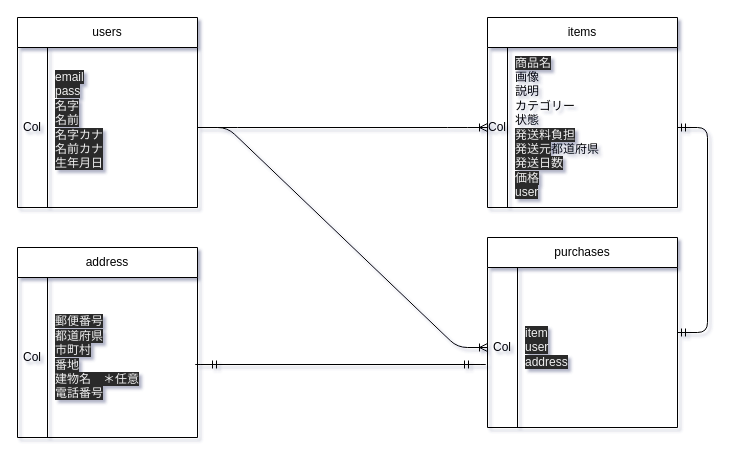
The draw.io diagram ER.dio in kei-yokoyama/furima-32630, before the edit. Source tidied: cells renumbered, new cells numbered last; positions are measured from the earlier drawing's top-left corner, leaving out a move shared by most shapes. Both pictures are drawn from the tidied source at 100%, with x=0, y=0 at pixel (17, 17).
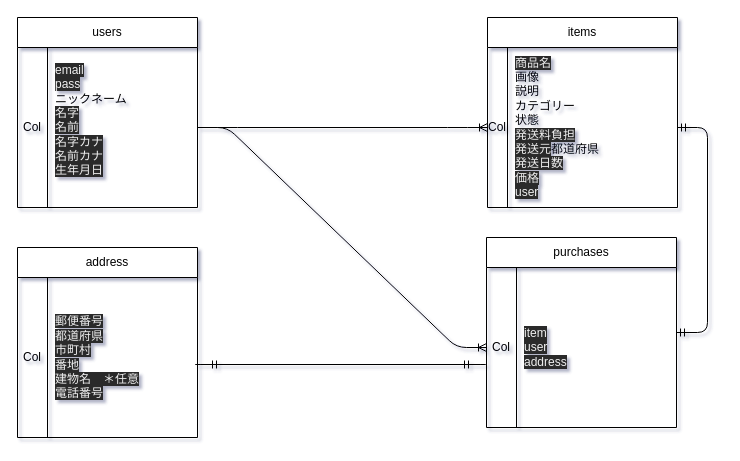
Above is the later version.

Commit message (it also covers changes not shown here):
レビュー２　修正

Unchanged cells that the change refers to:
```xml
<mxCell id="3" style="shape=partialRectangle;html=1;whiteSpace=wrap;fillColor=none;top=0;left=0;bottom=0;right=0;" parent="2" vertex="1">
  <mxGeometry y="30" width="180" height="160" as="geometry" />
</mxCell>
<mxCell id="7" style="shape=partialRectangle;html=1;whiteSpace=wrap;fillColor=none;top=0;left=0;bottom=0;right=0;points=[[0,0.5],[1,0.5]];portConstraint=eastwest;" parent="6" vertex="1">
  <mxGeometry y="30" width="190" height="160" as="geometry" />
</mxCell>
```

The edit, as a diff of the source:
```diff
@@
-    <mxCell id="5" value="&lt;span style=&quot;color: rgb(240 , 240 , 240) ; font-family: &amp;#34;helvetica&amp;#34; ; font-size: 12px ; font-style: normal ; font-weight: 400 ; letter-spacing: normal ; text-indent: 0px ; text-transform: none ; word-spacing: 0px ; background-color: rgb(42 , 42 , 42) ; text-align: center&quot;&gt;email&lt;br&gt;pass&lt;/span&gt;&lt;br style=&quot;color: rgb(240 , 240 , 240) ; font-family: &amp;#34;helvetica&amp;#34; ; font-size: 12px ; font-style: normal ; font-weight: 400 ; letter-spacing: normal ; text-indent: 0px ; text-transform: none ; word-spacing: 0px ; background-color: rgb(42 , 42 , 42) ; text-align: center&quot;&gt;&lt;span style=&quot;color: rgb(240 , 240 , 240) ; font-family: &amp;#34;helvetica&amp;#34; ; font-size: 12px ; font-style: normal ; font-weight: 400 ; letter-spacing: normal ; text-indent: 0px ; text-transform: none ; word-spacing: 0px ; background-color: rgb(42 , 42 , 42) ; text-align: center&quot;&gt;名字&lt;/span&gt;&lt;br style=&quot;color: rgb(240 , 240 , 240) ; font-family: &amp;#34;helvetica&amp;#34; ; font-size: 12px ; font-style: normal ; font-weight: 400 ; letter-spacing: normal ; text-indent: 0px ; text-transform: none ; word-spacing: 0px ; background-color: rgb(42 , 42 , 42) ; text-align: center&quot;&gt;&lt;span style=&quot;color: rgb(240 , 240 , 240) ; font-family: &amp;#34;helvetica&amp;#34; ; font-size: 12px ; font-style: normal ; font-weight: 400 ; letter-spacing: normal ; text-indent: 0px ; text-transform: none ; word-spacing: 0px ; background-color: rgb(42 , 42 , 42) ; text-align: center&quot;&gt;名前&lt;/span&gt;&lt;br style=&quot;color: rgb(240 , 240 , 240) ; font-family: &amp;#34;helvetica&amp;#34; ; font-size: 12px ; font-style: normal ; font-weight: 400 ; letter-spacing: normal ; text-indent: 0px ; text-transform: none ; word-spacing: 0px ; background-color: rgb(42 , 42 , 42) ; text-align: center&quot;&gt;&lt;span style=&quot;color: rgb(240 , 240 , 240) ; font-family: &amp;#34;helvetica&amp;#34; ; font-size: 12px ; font-style: normal ; font-weight: 400 ; letter-spacing: normal ; text-indent: 0px ; text-transform: none ; word-spacing: 0px ; background-color: rgb(42 , 42 , 42) ; text-align: center&quot;&gt;名字カナ&lt;/span&gt;&lt;br style=&quot;color: rgb(240 , 240 , 240) ; font-family: &amp;#34;helvetica&amp;#34; ; font-size: 12px ; font-style: normal ; font-weight: 400 ; letter-spacing: normal ; text-indent: 0px ; text-transform: none ; word-spacing: 0px ; background-color: rgb(42 , 42 , 42) ; text-align: center&quot;&gt;&lt;span style=&quot;color: rgb(240 , 240 , 240) ; font-family: &amp;#34;helvetica&amp;#34; ; font-size: 12px ; font-style: normal ; font-weight: 400 ; letter-spacing: normal ; text-indent: 0px ; text-transform: none ; word-spacing: 0px ; background-color: rgb(42 , 42 , 42) ; text-align: center&quot;&gt;名前カナ&lt;br&gt;生年月日&lt;br&gt;&lt;br&gt;&lt;/span&gt;" style="shape=partialRectangle;html=1;whiteSpace=wrap;fillColor=none;top=0;left=0;bottom=0;right=0;align=left;spacingLeft=6;overflow=hidden;" parent="3" vertex="1">
+    <mxCell id="5" value="&lt;span style=&quot;color: rgb(240 , 240 , 240) ; font-family: &amp;#34;helvetica&amp;#34; ; font-size: 12px ; font-style: normal ; font-weight: 400 ; letter-spacing: normal ; text-indent: 0px ; text-transform: none ; word-spacing: 0px ; background-color: rgb(42 , 42 , 42) ; text-align: center&quot;&gt;email&lt;br&gt;pass&lt;br&gt;&lt;/span&gt;ニックネーム&lt;br style=&quot;color: rgb(240 , 240 , 240) ; font-family: &amp;#34;helvetica&amp;#34; ; font-size: 12px ; font-style: normal ; font-weight: 400 ; letter-spacing: normal ; text-indent: 0px ; text-transform: none ; word-spacing: 0px ; background-color: rgb(42 , 42 , 42) ; text-align: center&quot;&gt;&lt;span style=&quot;color: rgb(240 , 240 , 240) ; font-family: &amp;#34;helvetica&amp;#34; ; font-size: 12px ; font-style: normal ; font-weight: 400 ; letter-spacing: normal ; text-indent: 0px ; text-transform: none ; word-spacing: 0px ; background-color: rgb(42 , 42 , 42) ; text-align: center&quot;&gt;名字&lt;/span&gt;&lt;br style=&quot;color: rgb(240 , 240 , 240) ; font-family: &amp;#34;helvetica&amp;#34; ; font-size: 12px ; font-style: normal ; font-weight: 400 ; letter-spacing: normal ; text-indent: 0px ; text-transform: none ; word-spacing: 0px ; background-color: rgb(42 , 42 , 42) ; text-align: center&quot;&gt;&lt;span style=&quot;color: rgb(240 , 240 , 240) ; font-family: &amp;#34;helvetica&amp;#34; ; font-size: 12px ; font-style: normal ; font-weight: 400 ; letter-spacing: normal ; text-indent: 0px ; text-transform: none ; word-spacing: 0px ; background-color: rgb(42 , 42 , 42) ; text-align: center&quot;&gt;名前&lt;/span&gt;&lt;br style=&quot;color: rgb(240 , 240 , 240) ; font-family: &amp;#34;helvetica&amp;#34; ; font-size: 12px ; font-style: normal ; font-weight: 400 ; letter-spacing: normal ; text-indent: 0px ; text-transform: none ; word-spacing: 0px ; background-color: rgb(42 , 42 , 42) ; text-align: center&quot;&gt;&lt;span style=&quot;color: rgb(240 , 240 , 240) ; font-family: &amp;#34;helvetica&amp;#34; ; font-size: 12px ; font-style: normal ; font-weight: 400 ; letter-spacing: normal ; text-indent: 0px ; text-transform: none ; word-spacing: 0px ; background-color: rgb(42 , 42 , 42) ; text-align: center&quot;&gt;名字カナ&lt;/span&gt;&lt;br style=&quot;color: rgb(240 , 240 , 240) ; font-family: &amp;#34;helvetica&amp;#34; ; font-size: 12px ; font-style: normal ; font-weight: 400 ; letter-spacing: normal ; text-indent: 0px ; text-transform: none ; word-spacing: 0px ; background-color: rgb(42 , 42 , 42) ; text-align: center&quot;&gt;&lt;span style=&quot;color: rgb(240 , 240 , 240) ; font-family: &amp;#34;helvetica&amp;#34; ; font-size: 12px ; font-style: normal ; font-weight: 400 ; letter-spacing: normal ; text-indent: 0px ; text-transform: none ; word-spacing: 0px ; background-color: rgb(42 , 42 , 42) ; text-align: center&quot;&gt;名前カナ&lt;br&gt;生年月日&lt;br&gt;&lt;br&gt;&lt;/span&gt;" style="shape=partialRectangle;html=1;whiteSpace=wrap;fillColor=none;top=0;left=0;bottom=0;right=0;align=left;spacingLeft=6;overflow=hidden;" parent="3" vertex="1">
       <mxGeometry x="30" width="150" height="160" as="geometry" />
     </mxCell>
     <mxCell id="6" value="&lt;span style=&quot;font-weight: 400&quot;&gt;purchases&lt;/span&gt;" style="shape=table;html=1;whiteSpace=wrap;startSize=30;childLayout=tableLayout;rowLines=0;fontStyle=1;align=center;" parent="1" vertex="1">
-      <mxGeometry x="470" y="220" width="190" height="190" as="geometry" />
+      <mxGeometry x="469" y="220" width="190" height="190" as="geometry" />
     </mxCell>
@@
-    <mxCell id="9" value="&lt;span style=&quot;color: rgb(240 , 240 , 240) ; font-family: &amp;#34;helvetica&amp;#34; ; font-size: 12px ; font-style: normal ; font-weight: 400 ; letter-spacing: normal ; text-indent: 0px ; text-transform: none ; word-spacing: 0px ; background-color: rgb(42 , 42 , 42)&quot;&gt;item&lt;br&gt;user&lt;br&gt;address&lt;br&gt;&lt;/span&gt;" style="shape=partialRectangle;html=1;whiteSpace=wrap;fillColor=none;top=0;left=0;bottom=0;right=0;align=left;spacingLeft=6;overflow=hidden;" parent="7" vertex="1">
+    <mxCell id="9" value="&lt;span style=&quot;color: rgb(240 , 240 , 240) ; font-family: &amp;#34;helvetica&amp;#34; ; font-size: 12px ; font-style: normal ; font-weight: 400 ; letter-spacing: normal ; text-indent: 0px ; text-transform: none ; word-spacing: 0px ; background-color: rgb(42 , 42 , 42)&quot;&gt;item&lt;br&gt;user&lt;br&gt;&lt;/span&gt;&lt;span style=&quot;color: rgb(240 , 240 , 240) ; font-family: &amp;#34;helvetica&amp;#34; ; font-size: 12px ; font-style: normal ; font-weight: 400 ; letter-spacing: normal ; text-indent: 0px ; text-transform: none ; word-spacing: 0px ; background-color: rgb(42 , 42 , 42)&quot;&gt;address&lt;br&gt;&lt;/span&gt;" style="shape=partialRectangle;html=1;whiteSpace=wrap;fillColor=none;top=0;left=0;bottom=0;right=0;align=left;spacingLeft=6;overflow=hidden;" parent="7" vertex="1">
       <mxGeometry x="30" width="160" height="160" as="geometry" />
     </mxCell>
```
